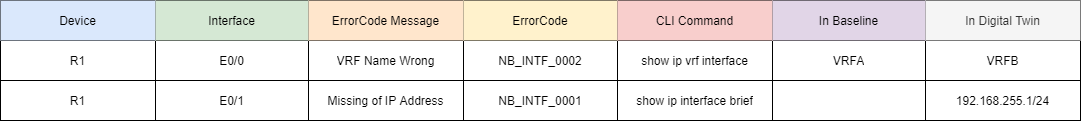
Above: Platform Certification Guidance/images/Interface Error Report.png in PlatformCertification/Certification-IEv10.0 (draw.io), before the change. Source tidied: cells renumbered, new cells last; positions are measured from the earlier drawing's top-left corner, leaving out a move shared by most shapes.
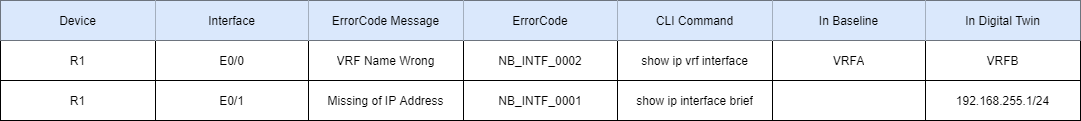
The same diagram one commit later.

Commit message:
export report sample image update

What changed in the source:
```diff
@@ -11,22 +11,22 @@
     <mxCell id="4" value="Device" style="shape=partialRectangle;html=1;whiteSpace=wrap;overflow=hidden;fillColor=#dae8fc;top=0;left=0;bottom=0;right=0;strokeColor=#6c8ebf;" parent="3" vertex="1">
       <mxGeometry width="155" height="40" as="geometry" />
     </mxCell>
-    <mxCell id="5" value="Interface" style="shape=partialRectangle;html=1;whiteSpace=wrap;overflow=hidden;fillColor=#d5e8d4;top=0;left=0;bottom=0;right=0;strokeColor=#82b366;" parent="3" vertex="1">
+    <mxCell id="5" value="Interface" style="shape=partialRectangle;html=1;whiteSpace=wrap;overflow=hidden;fillColor=#dae8fc;top=0;left=0;bottom=0;right=0;strokeColor=#6c8ebf;" parent="3" vertex="1">
       <mxGeometry x="155" width="153" height="40" as="geometry" />
     </mxCell>
-    <mxCell id="6" value="ErrorCode Message" style="shape=partialRectangle;html=1;whiteSpace=wrap;overflow=hidden;fillColor=#ffe6cc;top=0;left=0;bottom=0;right=0;strokeColor=#d79b00;" parent="3" vertex="1">
+    <mxCell id="6" value="ErrorCode Message" style="shape=partialRectangle;html=1;whiteSpace=wrap;overflow=hidden;fillColor=#dae8fc;top=0;left=0;bottom=0;right=0;strokeColor=#6c8ebf;" parent="3" vertex="1">
       <mxGeometry x="308" width="155" height="40" as="geometry" />
     </mxCell>
-    <mxCell id="7" value="ErrorCode" style="shape=partialRectangle;html=1;whiteSpace=wrap;overflow=hidden;fillColor=#fff2cc;top=0;left=0;bottom=0;right=0;strokeColor=#d6b656;" parent="3" vertex="1">
+    <mxCell id="7" value="ErrorCode" style="shape=partialRectangle;html=1;whiteSpace=wrap;overflow=hidden;fillColor=#dae8fc;top=0;left=0;bottom=0;right=0;strokeColor=#6c8ebf;" parent="3" vertex="1">
       <mxGeometry x="463" width="154" height="40" as="geometry" />
     </mxCell>
-    <mxCell id="8" value="CLI Command" style="shape=partialRectangle;html=1;whiteSpace=wrap;overflow=hidden;fillColor=#f8cecc;top=0;left=0;bottom=0;right=0;strokeColor=#b85450;" parent="3" vertex="1">
+    <mxCell id="8" value="CLI Command" style="shape=partialRectangle;html=1;whiteSpace=wrap;overflow=hidden;fillColor=#dae8fc;top=0;left=0;bottom=0;right=0;strokeColor=#6c8ebf;" parent="3" vertex="1">
       <mxGeometry x="617" width="155" height="40" as="geometry" />
     </mxCell>
-    <mxCell id="9" value="In Baseline" style="shape=partialRectangle;html=1;whiteSpace=wrap;overflow=hidden;fillColor=#e1d5e7;top=0;left=0;bottom=0;right=0;strokeColor=#9673a6;" parent="3" vertex="1">
+    <mxCell id="9" value="In Baseline" style="shape=partialRectangle;html=1;whiteSpace=wrap;overflow=hidden;fillColor=#dae8fc;top=0;left=0;bottom=0;right=0;strokeColor=#6c8ebf;" parent="3" vertex="1">
       <mxGeometry x="772" width="153" height="40" as="geometry" />
     </mxCell>
-    <mxCell id="10" value="In Digital Twin" style="shape=partialRectangle;html=1;whiteSpace=wrap;overflow=hidden;fillColor=#f5f5f5;top=0;left=0;bottom=0;right=0;strokeColor=#666666;fontColor=#333333;" parent="3" vertex="1">
+    <mxCell id="10" value="In Digital Twin" style="shape=partialRectangle;html=1;whiteSpace=wrap;overflow=hidden;fillColor=#dae8fc;top=0;left=0;bottom=0;right=0;strokeColor=#6c8ebf;" parent="3" vertex="1">
       <mxGeometry x="925" width="155" height="40" as="geometry" />
     </mxCell>
     <mxCell id="11" style="shape=partialRectangle;html=1;whiteSpace=wrap;fillColor=none;top=0;left=0;bottom=0;right=0;" parent="2" vertex="1">
```
